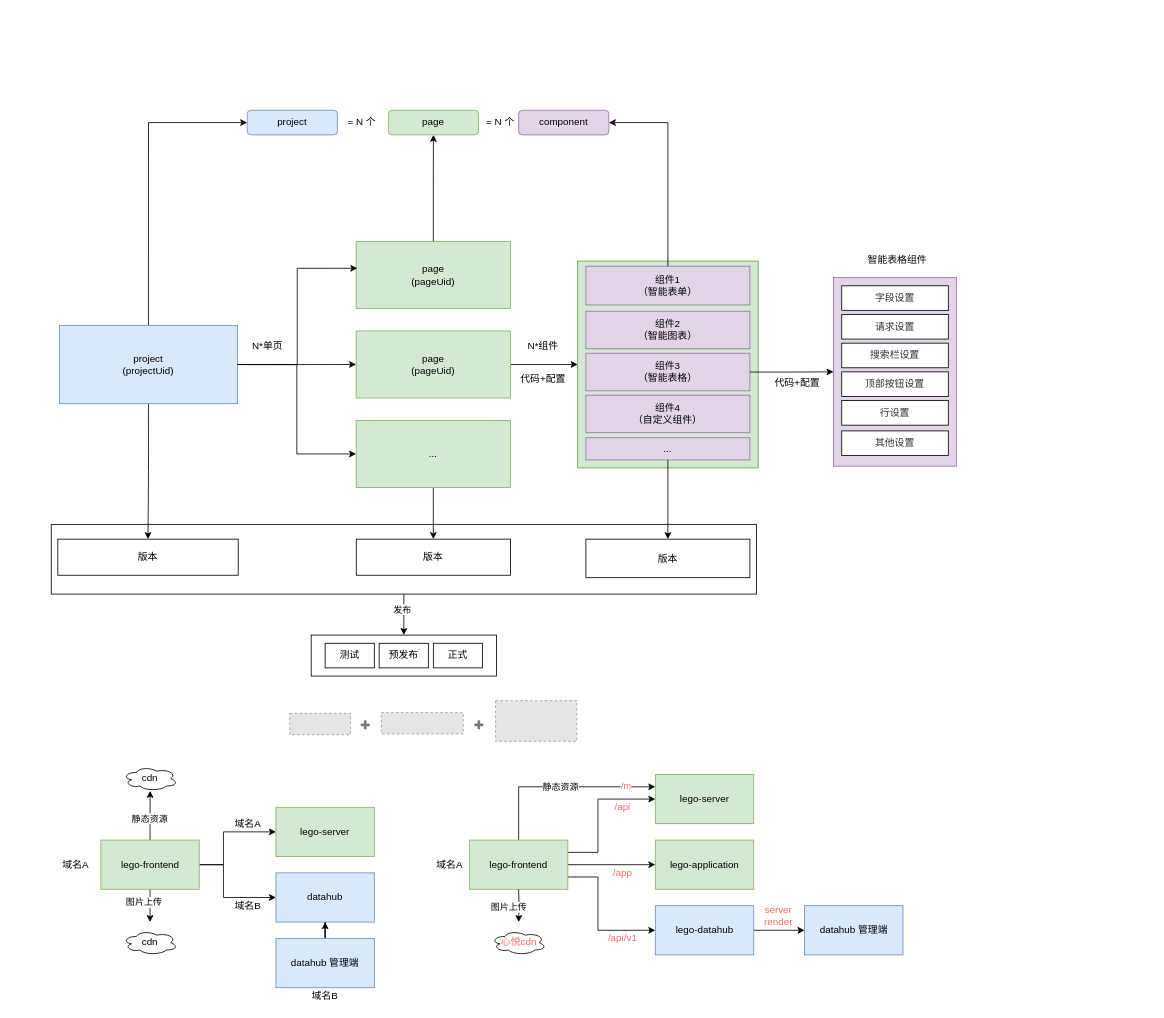
axtrur/resource keeps this draw.io diagram as lego.drawio. Above is the earlier version. Source tidied: cells renumbered, new cells numbered last; positions are measured from the earlier drawing's top-left corner, leaving out a move shared by most shapes. Both pictures are drawn from the tidied source at 82%, with x=0, y=0 at pixel (51, 110). Pictures stored in the file or linked from it are replaced by grey dashed boxes.
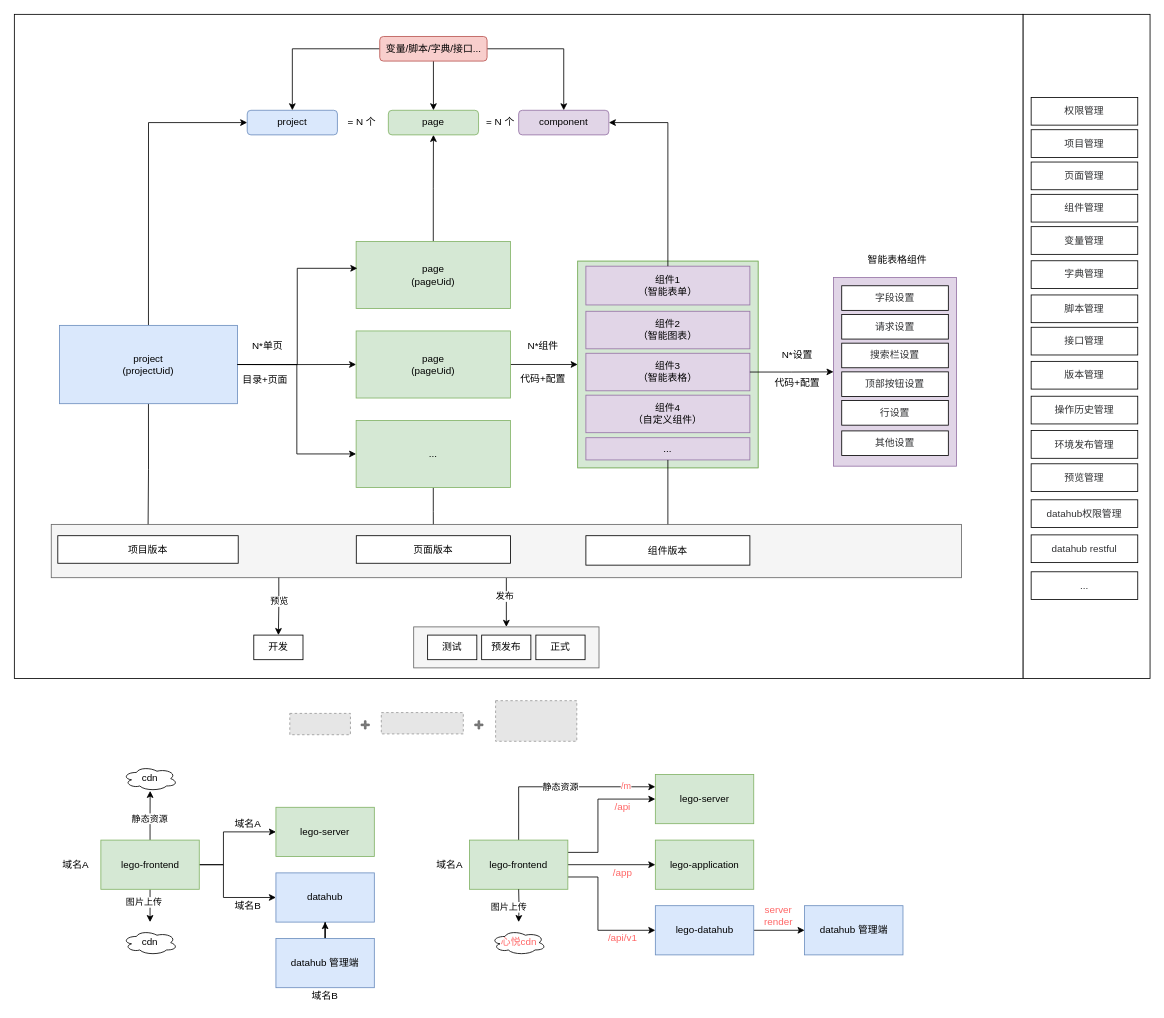
The same diagram, later.

The change refers to these unchanged cells:
```xml
<mxCell id="17" value="&lt;span&gt;project&lt;/span&gt;" style="rounded=1;whiteSpace=wrap;html=1;fillColor=#dae8fc;strokeColor=#6c8ebf;" parent="1" vertex="1">
  <mxGeometry x="239" width="110" height="30" as="geometry" />
</mxCell>
<mxCell id="19" value="&lt;span&gt;page&lt;/span&gt;" style="rounded=1;whiteSpace=wrap;html=1;fillColor=#d5e8d4;strokeColor=#82b366;" parent="1" vertex="1">
  <mxGeometry x="411.1" width="110" height="30" as="geometry" />
</mxCell>
<mxCell id="36" value="&lt;span&gt;component&lt;/span&gt;" style="rounded=1;whiteSpace=wrap;html=1;fillColor=#e1d5e7;strokeColor=#9673a6;" parent="1" vertex="1">
  <mxGeometry x="570" width="110" height="30" as="geometry" />
</mxCell>
```

Diff of the diagram source:
```diff
@@
+    <mxCell id="92" style="rounded=0;whiteSpace=wrap;html=1;" parent="1" vertex="1">
+      <mxGeometry x="1185" y="-117" width="155" height="810" as="geometry" />
+    </mxCell>
+    <mxCell id="93" style="rounded=0;whiteSpace=wrap;html=1;" parent="1" vertex="1">
+      <mxGeometry x="-45" y="-117" width="1230" height="810" as="geometry" />
+    </mxCell>
@@
-    <mxCell id="4" style="rounded=0;whiteSpace=wrap;html=1;" parent="1" vertex="1">
-      <mxGeometry y="505" width="860" height="85" as="geometry" />
-    </mxCell>
@@
-    <mxCell id="41" value="版本" style="rounded=0;whiteSpace=wrap;html=1;" parent="1" vertex="1">
-      <mxGeometry x="372" y="523" width="188" height="44" as="geometry" />
-    </mxCell>
@@
-    <mxCell id="44" value="版本" style="rounded=0;whiteSpace=wrap;html=1;" parent="1" vertex="1">
-      <mxGeometry x="652" y="523" width="200" height="47" as="geometry" />
-    </mxCell>
-    <mxCell id="45" value="版本" style="rounded=0;whiteSpace=wrap;html=1;" parent="1" vertex="1">
-      <mxGeometry x="8" y="523" width="220" height="44" as="geometry" />
-    </mxCell>
@@
-    <mxCell id="47" style="rounded=0;whiteSpace=wrap;html=1;" parent="1" vertex="1">
-      <mxGeometry x="317" y="640" width="226" height="50" as="geometry" />
+    <mxCell id="47" style="rounded=0;whiteSpace=wrap;html=1;fillColor=#f5f5f5;strokeColor=#666666;fontColor=#333333;" parent="1" vertex="1">
+      <mxGeometry x="442" y="630" width="226" height="50" as="geometry" />
     </mxCell>
     <mxCell id="48" value="测试" style="rounded=0;whiteSpace=wrap;html=1;" parent="1" vertex="1">
-      <mxGeometry x="334" y="650" width="60" height="30" as="geometry" />
+      <mxGeometry x="459" y="640" width="60" height="30" as="geometry" />
     </mxCell>
     <mxCell id="49" value="预发布" style="rounded=0;whiteSpace=wrap;html=1;" parent="1" vertex="1">
-      <mxGeometry x="399.9" y="650" width="60" height="30" as="geometry" />
+      <mxGeometry x="524.9" y="640" width="60" height="30" as="geometry" />
     </mxCell>
     <mxCell id="50" value="正式" style="rounded=0;whiteSpace=wrap;html=1;" parent="1" vertex="1">
-      <mxGeometry x="466" y="650" width="60" height="30" as="geometry" />
+      <mxGeometry x="591" y="640" width="60" height="30" as="geometry" />
     </mxCell>
@@
+    <mxCell id="94" style="edgeStyle=orthogonalEdgeStyle;rounded=0;jettySize=auto;html=1;exitX=0.5;exitY=1;exitDx=0;exitDy=0;entryX=0.5;entryY=0;entryDx=0;entryDy=0;fontColor=#FF6666;" parent="1" edge="1" source="97" target="19">
+      <mxGeometry relative="1" as="geometry" />
+    </mxCell>
+    <mxCell id="95" style="edgeStyle=orthogonalEdgeStyle;rounded=0;jettySize=auto;html=1;exitX=1;exitY=0.5;exitDx=0;exitDy=0;fontColor=#FF6666;" parent="1" edge="1" source="97" target="36">
+      <mxGeometry relative="1" as="geometry" />
+    </mxCell>
+    <mxCell id="96" style="edgeStyle=orthogonalEdgeStyle;rounded=0;jettySize=auto;html=1;exitX=0;exitY=0.5;exitDx=0;exitDy=0;entryX=0.5;entryY=0;entryDx=0;entryDy=0;fontColor=#FF6666;" parent="1" edge="1" source="97" target="17">
+      <mxGeometry relative="1" as="geometry" />
+    </mxCell>
+    <mxCell id="97" value="变量/脚本/字典/接口..." style="rounded=1;whiteSpace=wrap;html=1;fillColor=#f8cecc;strokeColor=#b85450;" parent="1" vertex="1">
+      <mxGeometry x="400.6" y="-90" width="130.9" height="30" as="geometry" />
+    </mxCell>
+    <mxCell id="98" value="目录+页面" style="text;html=1;strokeColor=none;fillColor=none;align=center;verticalAlign=middle;whiteSpace=wrap;rounded=0;" parent="1" vertex="1">
+      <mxGeometry x="230.9" y="319" width="60" height="20" as="geometry" />
+    </mxCell>
+    <mxCell id="99" value="N*设置" style="text;html=1;strokeColor=none;fillColor=none;align=center;verticalAlign=middle;whiteSpace=wrap;rounded=0;" parent="1" vertex="1">
+      <mxGeometry x="890" y="289" width="40" height="20" as="geometry" />
+    </mxCell>
+    <mxCell id="100" value="&lt;font color=&quot;#303133&quot; face=&quot;avenir, helvetica, arial, sans-serif&quot;&gt;&lt;span style=&quot;background-color: rgb(255 , 255 , 255)&quot;&gt;权限管理&lt;/span&gt;&lt;/font&gt;" style="rounded=0;whiteSpace=wrap;html=1;" parent="1" vertex="1">
+      <mxGeometry x="1195" y="-15.7" width="130" height="33.8" as="geometry" />
+    </mxCell>
+    <mxCell id="101" value="&lt;span style=&quot;color: rgb(48 , 49 , 51) ; font-family: &amp;#34;avenir&amp;#34; , &amp;#34;helvetica&amp;#34; , &amp;#34;arial&amp;#34; , sans-serif ; background-color: rgb(255 , 255 , 255)&quot;&gt;&lt;font style=&quot;font-size: 12px&quot;&gt;项目管理&lt;/font&gt;&lt;/span&gt;" style="rounded=0;whiteSpace=wrap;html=1;" parent="1" vertex="1">
+      <mxGeometry x="1195" y="23.7" width="130" height="33.8" as="geometry" />
+    </mxCell>
+    <mxCell id="102" value="&lt;font color=&quot;#303133&quot; face=&quot;avenir, helvetica, arial, sans-serif&quot;&gt;&lt;span style=&quot;background-color: rgb(255 , 255 , 255)&quot;&gt;页面管理&lt;/span&gt;&lt;/font&gt;" style="rounded=0;whiteSpace=wrap;html=1;" parent="1" vertex="1">
+      <mxGeometry x="1195" y="63.1" width="130" height="33.8" as="geometry" />
+    </mxCell>
+    <mxCell id="103" value="&lt;font color=&quot;#303133&quot; face=&quot;avenir, helvetica, arial, sans-serif&quot;&gt;&lt;span style=&quot;background-color: rgb(255 , 255 , 255)&quot;&gt;组件管理&lt;/span&gt;&lt;/font&gt;" style="rounded=0;whiteSpace=wrap;html=1;" parent="1" vertex="1">
+      <mxGeometry x="1195" y="102.5" width="130" height="33.8" as="geometry" />
+    </mxCell>
+    <mxCell id="104" value="&lt;span style=&quot;color: rgb(48 , 49 , 51) ; font-family: &amp;#34;avenir&amp;#34; , &amp;#34;helvetica&amp;#34; , &amp;#34;arial&amp;#34; , sans-serif ; background-color: rgb(255 , 255 , 255)&quot;&gt;&lt;font style=&quot;font-size: 12px&quot;&gt;变量管理&lt;/font&gt;&lt;/span&gt;" style="rounded=0;whiteSpace=wrap;html=1;" parent="1" vertex="1">
+      <mxGeometry x="1195" y="141.9" width="130" height="33.8" as="geometry" />
+    </mxCell>
+    <mxCell id="105" value="&lt;font color=&quot;#303133&quot; face=&quot;avenir, helvetica, arial, sans-serif&quot;&gt;&lt;span style=&quot;background-color: rgb(255 , 255 , 255)&quot;&gt;字典管理&lt;/span&gt;&lt;/font&gt;" style="rounded=0;whiteSpace=wrap;html=1;" parent="1" vertex="1">
+      <mxGeometry x="1195" y="183.5" width="130" height="33.8" as="geometry" />
+    </mxCell>
+    <mxCell id="106" value="&lt;font color=&quot;#303133&quot; face=&quot;avenir, helvetica, arial, sans-serif&quot;&gt;&lt;span style=&quot;background-color: rgb(255 , 255 , 255)&quot;&gt;脚本管理&lt;/span&gt;&lt;/font&gt;" style="rounded=0;whiteSpace=wrap;html=1;" parent="1" vertex="1">
+      <mxGeometry x="1195" y="225.2" width="130" height="33.8" as="geometry" />
+    </mxCell>
+    <mxCell id="107" value="&lt;span style=&quot;color: rgb(48 , 49 , 51) ; font-family: &amp;#34;avenir&amp;#34; , &amp;#34;helvetica&amp;#34; , &amp;#34;arial&amp;#34; , sans-serif ; background-color: rgb(255 , 255 , 255)&quot;&gt;&lt;font style=&quot;font-size: 12px&quot;&gt;接口管理&lt;/font&gt;&lt;/span&gt;" style="rounded=0;whiteSpace=wrap;html=1;" parent="1" vertex="1">
+      <mxGeometry x="1195" y="264.6" width="130" height="33.8" as="geometry" />
+    </mxCell>
+    <mxCell id="108" value="&lt;font color=&quot;#303133&quot; face=&quot;avenir, helvetica, arial, sans-serif&quot;&gt;&lt;span style=&quot;background-color: rgb(255 , 255 , 255)&quot;&gt;版本管理&lt;/span&gt;&lt;/font&gt;" style="rounded=0;whiteSpace=wrap;html=1;" parent="1" vertex="1">
+      <mxGeometry x="1195" y="306.2" width="130" height="33.8" as="geometry" />
+    </mxCell>
+    <mxCell id="109" value="&lt;font color=&quot;#303133&quot; face=&quot;avenir, helvetica, arial, sans-serif&quot;&gt;&lt;span style=&quot;background-color: rgb(255 , 255 , 255)&quot;&gt;操作历史管理&lt;/span&gt;&lt;/font&gt;" style="rounded=0;whiteSpace=wrap;html=1;" parent="1" vertex="1">
+      <mxGeometry x="1195" y="348.7" width="130" height="33.8" as="geometry" />
+    </mxCell>
+    <mxCell id="110" value="&lt;font color=&quot;#303133&quot; face=&quot;avenir, helvetica, arial, sans-serif&quot;&gt;&lt;span style=&quot;background-color: rgb(255 , 255 , 255)&quot;&gt;环境发布管理&lt;/span&gt;&lt;/font&gt;" style="rounded=0;whiteSpace=wrap;html=1;" parent="1" vertex="1">
+      <mxGeometry x="1195" y="390.6" width="130" height="33.8" as="geometry" />
+    </mxCell>
+    <mxCell id="111" value="&lt;font color=&quot;#303133&quot; face=&quot;avenir, helvetica, arial, sans-serif&quot;&gt;&lt;span style=&quot;background-color: rgb(255 , 255 , 255)&quot;&gt;预览管理&lt;/span&gt;&lt;/font&gt;" style="rounded=0;whiteSpace=wrap;html=1;" parent="1" vertex="1">
+      <mxGeometry x="1195" y="431.1" width="130" height="33.8" as="geometry" />
+    </mxCell>
+    <mxCell id="112" value="&lt;font color=&quot;#303133&quot; face=&quot;avenir, helvetica, arial, sans-serif&quot;&gt;&lt;span style=&quot;background-color: rgb(255 , 255 , 255)&quot;&gt;datahub restful&lt;/span&gt;&lt;/font&gt;" style="rounded=0;whiteSpace=wrap;html=1;" parent="1" vertex="1">
+      <mxGeometry x="1195" y="517.8" width="130" height="33.8" as="geometry" />
+    </mxCell>
+    <mxCell id="113" value="&lt;font color=&quot;#303133&quot; face=&quot;avenir, helvetica, arial, sans-serif&quot;&gt;&lt;span style=&quot;background-color: rgb(255 , 255 , 255)&quot;&gt;datahub权限管理&lt;/span&gt;&lt;/font&gt;" style="rounded=0;whiteSpace=wrap;html=1;" parent="1" vertex="1">
+      <mxGeometry x="1195" y="475" width="130" height="33.8" as="geometry" />
+    </mxCell>
+    <mxCell id="114" value="&lt;font color=&quot;#303133&quot; face=&quot;avenir, helvetica, arial, sans-serif&quot;&gt;&lt;span style=&quot;background-color: rgb(255 , 255 , 255)&quot;&gt;...&lt;/span&gt;&lt;/font&gt;" style="rounded=0;whiteSpace=wrap;html=1;" parent="1" vertex="1">
+      <mxGeometry x="1195" y="562.8" width="130" height="33.8" as="geometry" />
+    </mxCell>
+    <mxCell id="115" style="group;" parent="1" vertex="1">
+      <mxGeometry y="505" width="1110" height="65" as="geometry" />
+    </mxCell>
+    <mxCell id="4" style="rounded=0;whiteSpace=wrap;html=1;fillColor=#f5f5f5;strokeColor=#666666;fontColor=#333333;" parent="115" vertex="1">
+      <mxGeometry width="1110" height="65" as="geometry" />
+    </mxCell>
+    <mxCell id="41" value="页面版本" style="rounded=0;whiteSpace=wrap;html=1;" parent="115" vertex="1">
+      <mxGeometry x="372" y="13.8" width="188" height="33.6" as="geometry" />
+    </mxCell>
+    <mxCell id="44" value="组件版本" style="rounded=0;whiteSpace=wrap;html=1;" parent="115" vertex="1">
+      <mxGeometry x="652" y="13.8" width="200" height="35.9" as="geometry" />
+    </mxCell>
+    <mxCell id="45" value="项目版本" style="rounded=0;whiteSpace=wrap;html=1;" parent="115" vertex="1">
+      <mxGeometry x="8" y="13.8" width="220" height="33.6" as="geometry" />
+    </mxCell>
+    <mxCell id="116" value="开发" style="rounded=0;whiteSpace=wrap;html=1;" parent="1" vertex="1">
+      <mxGeometry x="247" y="640" width="60" height="30" as="geometry" />
+    </mxCell>
+    <mxCell id="117" style="edgeStyle=orthogonalEdgeStyle;rounded=0;jettySize=auto;html=1;exitX=0.25;exitY=1;exitDx=0;exitDy=0;entryX=0.5;entryY=0;entryDx=0;entryDy=0;fontColor=#FF6666;" parent="1" edge="1" source="4" target="116">
+      <mxGeometry relative="1" as="geometry" />
+    </mxCell>
+    <mxCell id="118" value="预览" style="edgeLabel;html=1;align=center;verticalAlign=middle;" parent="117" vertex="1">
+      <mxGeometry x="-0.21" relative="1" as="geometry" />
+    </mxCell>
```
